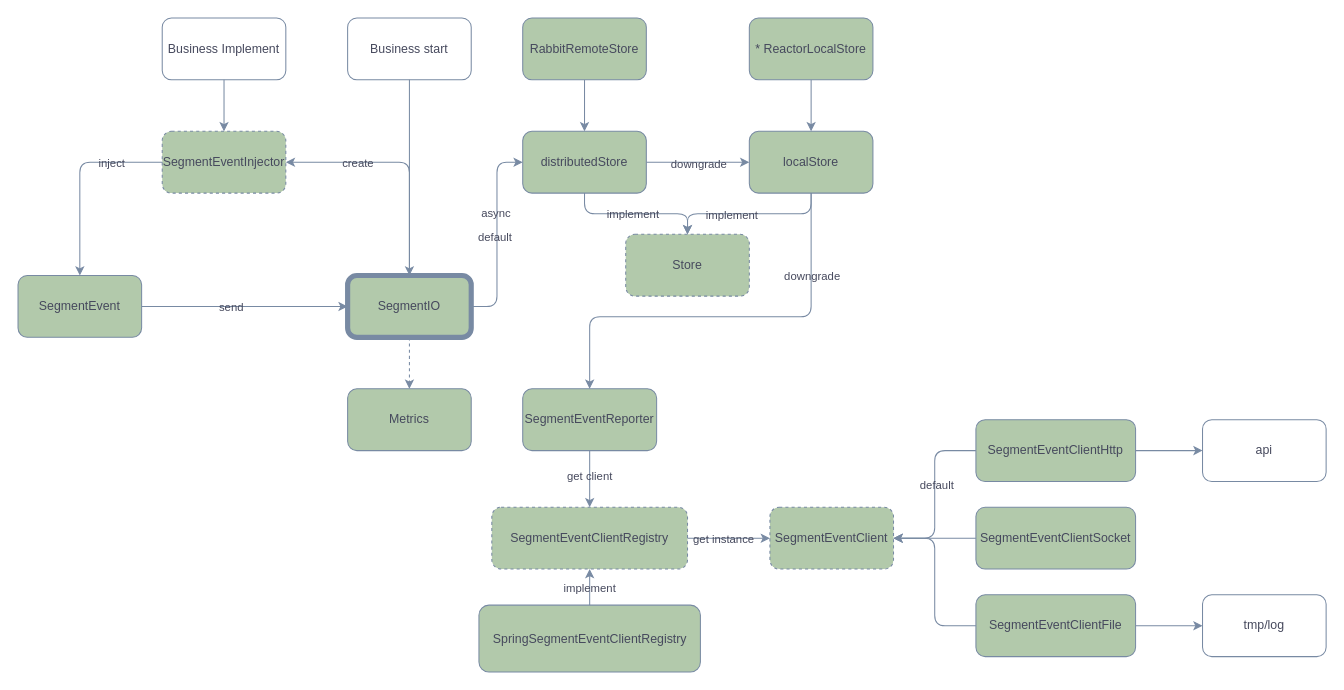
Earlier version of the draw.io diagram assets/SegmentEvent-V2.dio (sheldon-pacvue/segmenet-event). Source tidied: cells renumbered, new cells numbered last; positions are measured from the earlier drawing's top-left corner, leaving out a move shared by most shapes. Both pictures are drawn from the tidied source at 103%, with x=0, y=0 at pixel (18, 18).
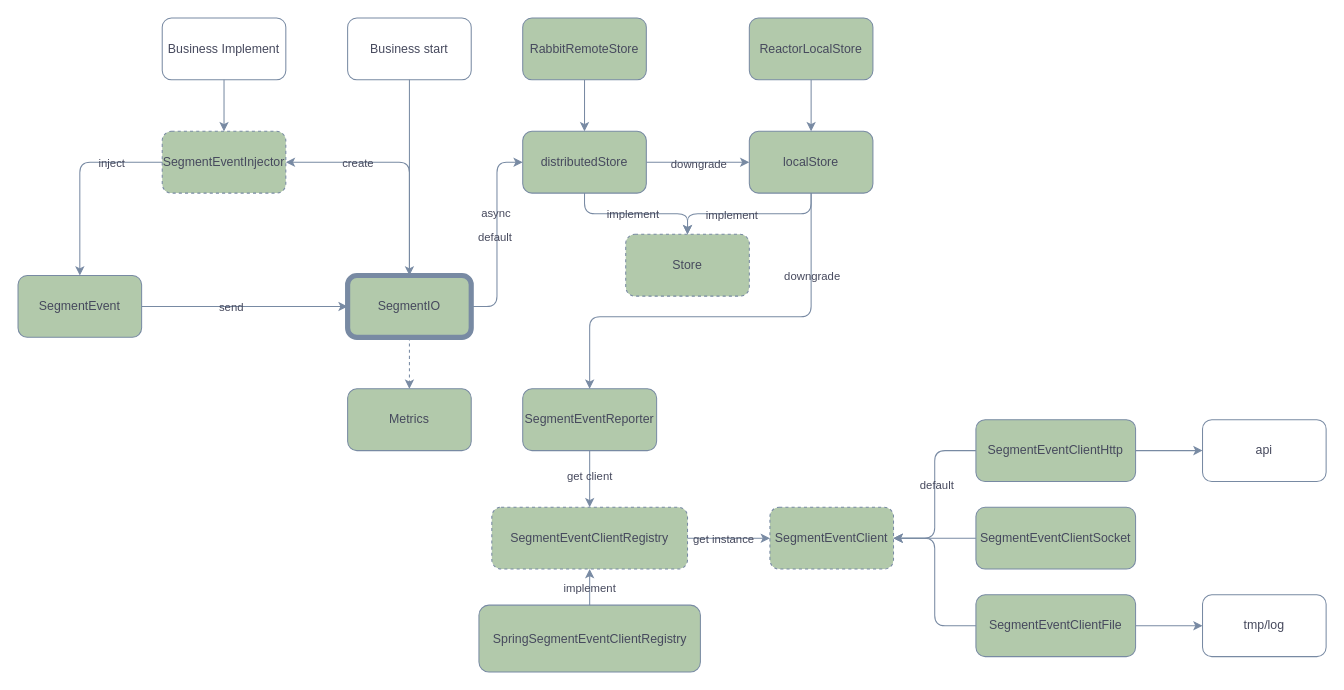
After the change.

Diff of the diagram source:
```diff
@@
-    <mxCell id="55" value="* ReactorLocalStore" style="rounded=1;whiteSpace=wrap;html=1;strokeColor=#788AA3;fontColor=#46495D;fillColor=#B2C9AB;labelBackgroundColor=none;" parent="1" vertex="1">
+    <mxCell id="55" value="ReactorLocalStore" style="rounded=1;whiteSpace=wrap;html=1;strokeColor=#788AA3;fontColor=#46495D;fillColor=#B2C9AB;labelBackgroundColor=none;" parent="1" vertex="1">
       <mxGeometry x="710" width="120" height="60" as="geometry" />
     </mxCell>
```
